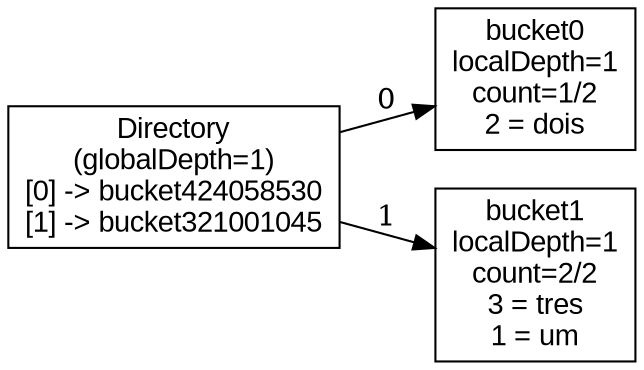
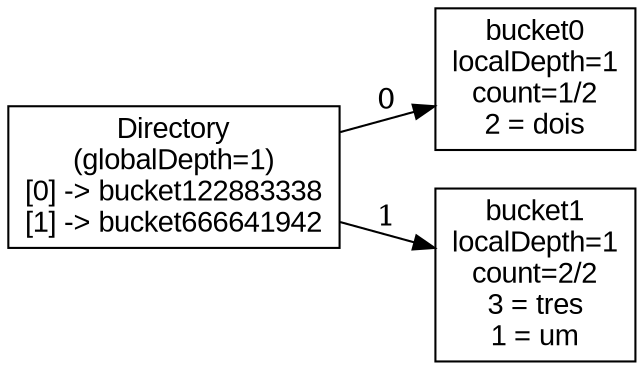
digraph "test4_remove_before" {
  rankdir=LR;
  node [shape=box, fontname=Arial];
-   dir [label="Directory\n(globalDepth=1)\n[0] -> bucket424058530\n[1] -> bucket321001045\n"];
+   dir [label="Directory\n(globalDepth=1)\n[0] -> bucket122883338\n[1] -> bucket666641942\n"];
  bucket0 [label="bucket0\nlocalDepth=1\ncount=1/2\n2 = dois\n"];
  bucket1 [label="bucket1\nlocalDepth=1\ncount=2/2\n3 = tres\n1 = um\n"];
  dir -> bucket0 [label="0"];
  dir -> bucket1 [label="1"];
}
